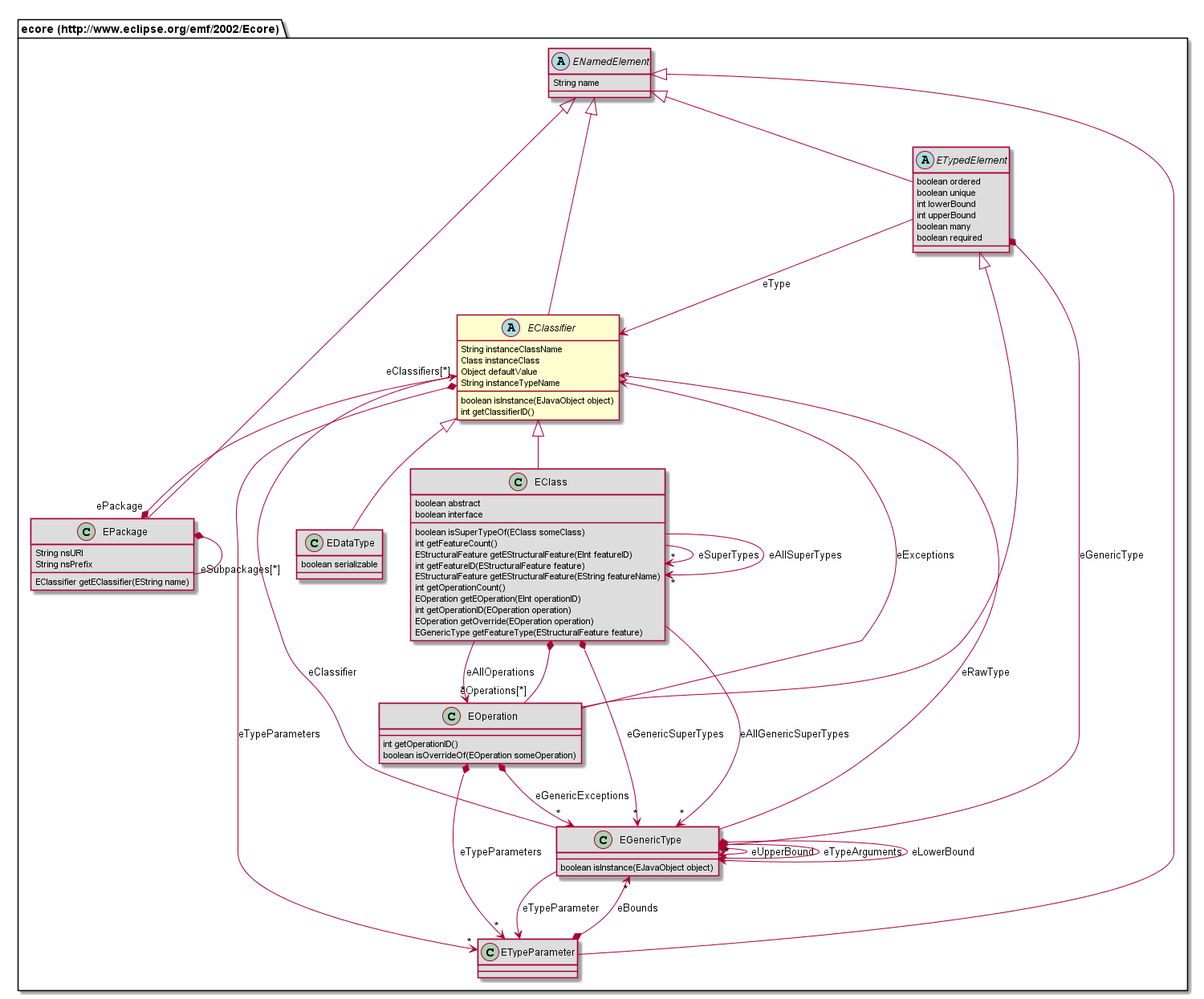
Before: org.nasdanika.html.repository/src/site/resources/app-model-doc/687474703a2f2f7777772e65636c697073652e6f72672f656d662f323030322f45636f7265/EClassifier.png, a diagram exported from PlantUML (Nasdanika/html).
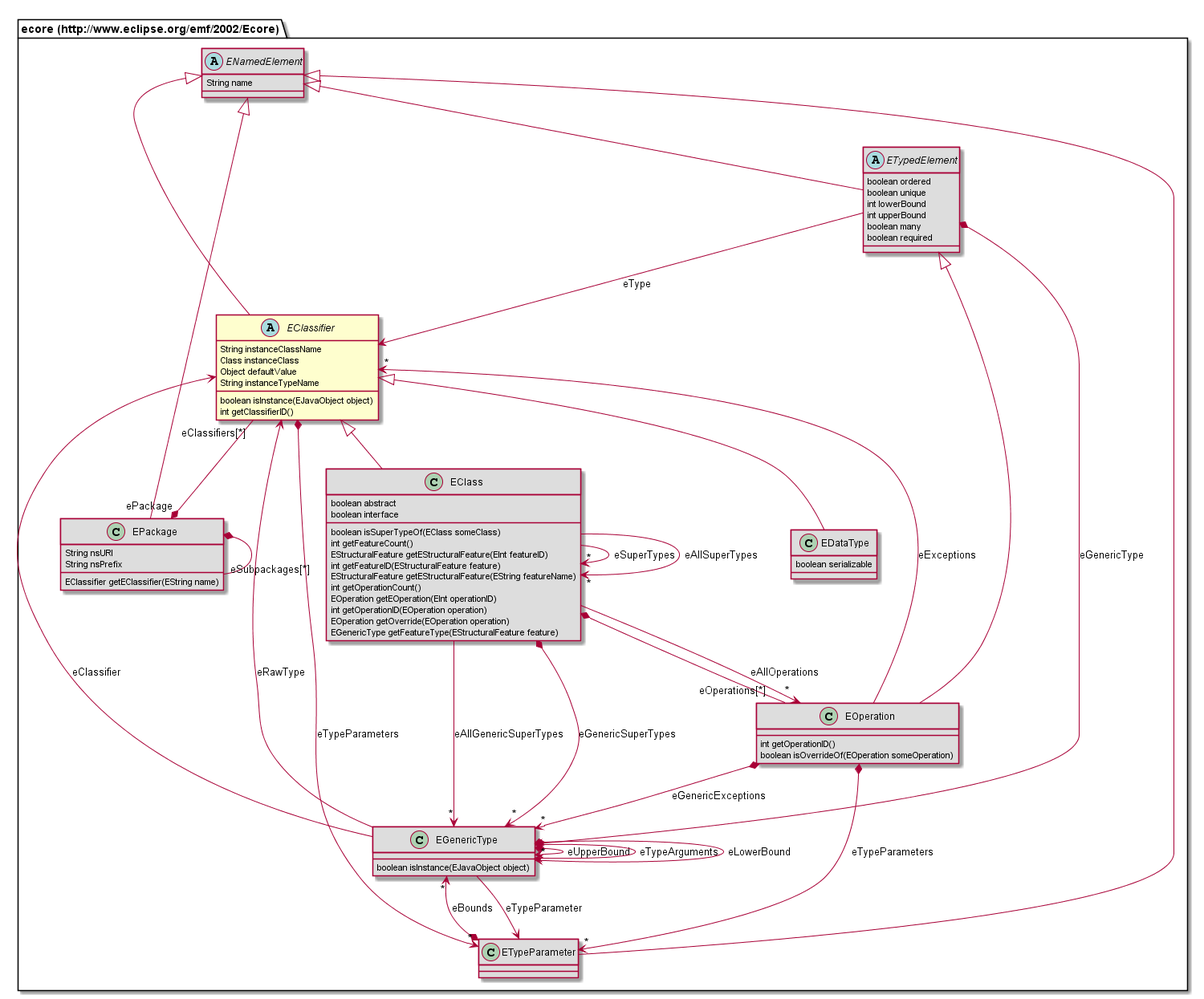
After the change.

The edit, as a diff of the source:
```diff
@@ -21,6 +21,9 @@
 	EOperation getOverride(EOperation operation)
 	EGenericType getFeatureType(EStructuralFeature feature)
 }
+class "ecore (http://www.eclipse.org/emf/2002/Ecore).EDataType" [[#router/doc-content/687474703a2f2f7777772e65636c697073652e6f72672f656d662f323030322f45636f7265/EDataType.html]] #DDDDDD {
+	boolean serializable
+}
 abstract class "ecore (http://www.eclipse.org/emf/2002/Ecore).ETypedElement" [[#router/doc-content/687474703a2f2f7777772e65636c697073652e6f72672f656d662f323030322f45636f7265/ETypedElement.html]] #DDDDDD {
 	boolean ordered
 	boolean unique
@@ -29,13 +32,6 @@
 	boolean many
 	boolean required
 }
-class "ecore (http://www.eclipse.org/emf/2002/Ecore).EOperation" [[#router/doc-content/687474703a2f2f7777772e65636c697073652e6f72672f656d662f323030322f45636f7265/EOperation.html]] #DDDDDD {
-	int getOperationID()
-	boolean isOverrideOf(EOperation someOperation)
-}
-abstract class "ecore (http://www.eclipse.org/emf/2002/Ecore).ENamedElement" [[#router/doc-content/687474703a2f2f7777772e65636c697073652e6f72672f656d662f323030322f45636f7265/ENamedElement.html]] #DDDDDD {
-	String name
-}
 class "ecore (http://www.eclipse.org/emf/2002/Ecore).ETypeParameter" [[#router/doc-content/687474703a2f2f7777772e65636c697073652e6f72672f656d662f323030322f45636f7265/ETypeParameter.html]] #DDDDDD {
 }
 class "ecore (http://www.eclipse.org/emf/2002/Ecore).EPackage" [[#router/doc-content/687474703a2f2f7777772e65636c697073652e6f72672f656d662f323030322f45636f7265/EPackage.html]] #DDDDDD {
@@ -43,19 +39,23 @@
 	String nsPrefix
 	EClassifier getEClassifier(EString name)
 }
+abstract class "ecore (http://www.eclipse.org/emf/2002/Ecore).ENamedElement" [[#router/doc-content/687474703a2f2f7777772e65636c697073652e6f72672f656d662f323030322f45636f7265/ENamedElement.html]] #DDDDDD {
+	String name
+}
 class "ecore (http://www.eclipse.org/emf/2002/Ecore).EGenericType" [[#router/doc-content/687474703a2f2f7777772e65636c697073652e6f72672f656d662f323030322f45636f7265/EGenericType.html]] #DDDDDD {
 	boolean isInstance(EJavaObject object)
 }
-class "ecore (http://www.eclipse.org/emf/2002/Ecore).EDataType" [[#router/doc-content/687474703a2f2f7777772e65636c697073652e6f72672f656d662f323030322f45636f7265/EDataType.html]] #DDDDDD {
-	boolean serializable
+class "ecore (http://www.eclipse.org/emf/2002/Ecore).EOperation" [[#router/doc-content/687474703a2f2f7777772e65636c697073652e6f72672f656d662f323030322f45636f7265/EOperation.html]] #DDDDDD {
+	int getOperationID()
+	boolean isOverrideOf(EOperation someOperation)
 }
 "ecore (http://www.eclipse.org/emf/2002/Ecore).EClassifier" <|-- "ecore (http://www.eclipse.org/emf/2002/Ecore).EClass"
+"ecore (http://www.eclipse.org/emf/2002/Ecore).EClassifier" <|-- "ecore (http://www.eclipse.org/emf/2002/Ecore).EDataType"
 "ecore (http://www.eclipse.org/emf/2002/Ecore).ENamedElement" <|-- "ecore (http://www.eclipse.org/emf/2002/Ecore).ETypedElement"
+"ecore (http://www.eclipse.org/emf/2002/Ecore).ENamedElement" <|-- "ecore (http://www.eclipse.org/emf/2002/Ecore).ETypeParameter"
+"ecore (http://www.eclipse.org/emf/2002/Ecore).ENamedElement" <|-- "ecore (http://www.eclipse.org/emf/2002/Ecore).EClassifier"
+"ecore (http://www.eclipse.org/emf/2002/Ecore).ENamedElement" <|-- "ecore (http://www.eclipse.org/emf/2002/Ecore).EPackage"
 "ecore (http://www.eclipse.org/emf/2002/Ecore).ETypedElement" <|-- "ecore (http://www.eclipse.org/emf/2002/Ecore).EOperation"
-"ecore (http://www.eclipse.org/emf/2002/Ecore).ENamedElement" <|-- "ecore (http://www.eclipse.org/emf/2002/Ecore).EClassifier"
-"ecore (http://www.eclipse.org/emf/2002/Ecore).ENamedElement" <|-- "ecore (http://www.eclipse.org/emf/2002/Ecore).ETypeParameter"
-"ecore (http://www.eclipse.org/emf/2002/Ecore).ENamedElement" <|-- "ecore (http://www.eclipse.org/emf/2002/Ecore).EPackage"
-"ecore (http://www.eclipse.org/emf/2002/Ecore).EClassifier" <|-- "ecore (http://www.eclipse.org/emf/2002/Ecore).EDataType"
 "ecore (http://www.eclipse.org/emf/2002/Ecore).EClass" --> "*" "ecore (http://www.eclipse.org/emf/2002/Ecore).EClass" : eSuperTypes
 "ecore (http://www.eclipse.org/emf/2002/Ecore).EClass" *-- "eOperations[*]" "ecore (http://www.eclipse.org/emf/2002/Ecore).EOperation"
 "ecore (http://www.eclipse.org/emf/2002/Ecore).EClass" --> "*" "ecore (http://www.eclipse.org/emf/2002/Ecore).EOperation" : eAllOperations
@@ -64,12 +64,9 @@
 "ecore (http://www.eclipse.org/emf/2002/Ecore).EClass" --> "*" "ecore (http://www.eclipse.org/emf/2002/Ecore).EGenericType" : eAllGenericSuperTypes
 "ecore (http://www.eclipse.org/emf/2002/Ecore).ETypedElement" --> "ecore (http://www.eclipse.org/emf/2002/Ecore).EClassifier" : eType
 "ecore (http://www.eclipse.org/emf/2002/Ecore).ETypedElement" *--> "ecore (http://www.eclipse.org/emf/2002/Ecore).EGenericType" : eGenericType
-"ecore (http://www.eclipse.org/emf/2002/Ecore).EOperation" *--> "*" "ecore (http://www.eclipse.org/emf/2002/Ecore).ETypeParameter" : eTypeParameters
-"ecore (http://www.eclipse.org/emf/2002/Ecore).EOperation" --> "*" "ecore (http://www.eclipse.org/emf/2002/Ecore).EClassifier" : eExceptions
-"ecore (http://www.eclipse.org/emf/2002/Ecore).EOperation" *--> "*" "ecore (http://www.eclipse.org/emf/2002/Ecore).EGenericType" : eGenericExceptions
+"ecore (http://www.eclipse.org/emf/2002/Ecore).ETypeParameter" *--> "*" "ecore (http://www.eclipse.org/emf/2002/Ecore).EGenericType" : eBounds
 "ecore (http://www.eclipse.org/emf/2002/Ecore).EClassifier" "eClassifiers[*]" --* "ePackage" "ecore (http://www.eclipse.org/emf/2002/Ecore).EPackage"
 "ecore (http://www.eclipse.org/emf/2002/Ecore).EClassifier" *--> "*" "ecore (http://www.eclipse.org/emf/2002/Ecore).ETypeParameter" : eTypeParameters
-"ecore (http://www.eclipse.org/emf/2002/Ecore).ETypeParameter" *--> "*" "ecore (http://www.eclipse.org/emf/2002/Ecore).EGenericType" : eBounds
 "ecore (http://www.eclipse.org/emf/2002/Ecore).EPackage" *-- "eSubpackages[*]" "ecore (http://www.eclipse.org/emf/2002/Ecore).EPackage"
 "ecore (http://www.eclipse.org/emf/2002/Ecore).EGenericType" *--> "ecore (http://www.eclipse.org/emf/2002/Ecore).EGenericType" : eUpperBound
 "ecore (http://www.eclipse.org/emf/2002/Ecore).EGenericType" *--> "*" "ecore (http://www.eclipse.org/emf/2002/Ecore).EGenericType" : eTypeArguments
@@ -77,4 +74,7 @@
 "ecore (http://www.eclipse.org/emf/2002/Ecore).EGenericType" *--> "ecore (http://www.eclipse.org/emf/2002/Ecore).EGenericType" : eLowerBound
 "ecore (http://www.eclipse.org/emf/2002/Ecore).EGenericType" --> "ecore (http://www.eclipse.org/emf/2002/Ecore).ETypeParameter" : eTypeParameter
 "ecore (http://www.eclipse.org/emf/2002/Ecore).EGenericType" --> "ecore (http://www.eclipse.org/emf/2002/Ecore).EClassifier" : eClassifier
+"ecore (http://www.eclipse.org/emf/2002/Ecore).EOperation" *--> "*" "ecore (http://www.eclipse.org/emf/2002/Ecore).ETypeParameter" : eTypeParameters
+"ecore (http://www.eclipse.org/emf/2002/Ecore).EOperation" --> "*" "ecore (http://www.eclipse.org/emf/2002/Ecore).EClassifier" : eExceptions
+"ecore (http://www.eclipse.org/emf/2002/Ecore).EOperation" *--> "*" "ecore (http://www.eclipse.org/emf/2002/Ecore).EGenericType" : eGenericExceptions
 @enduml
```
